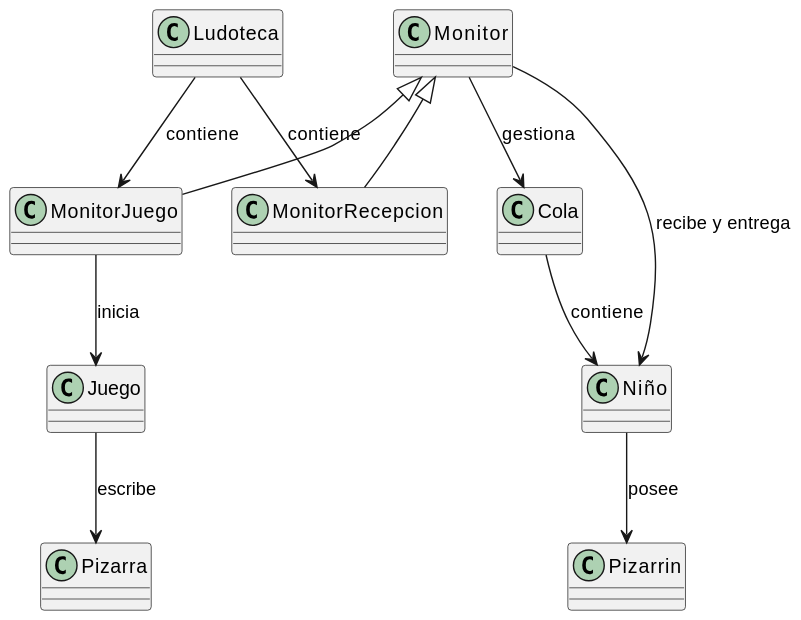
The PlantUML diagram images/modelosUML/MdD-dCBasico.svg in mmasias/pyTelefonoDescacharrado, before a commit.
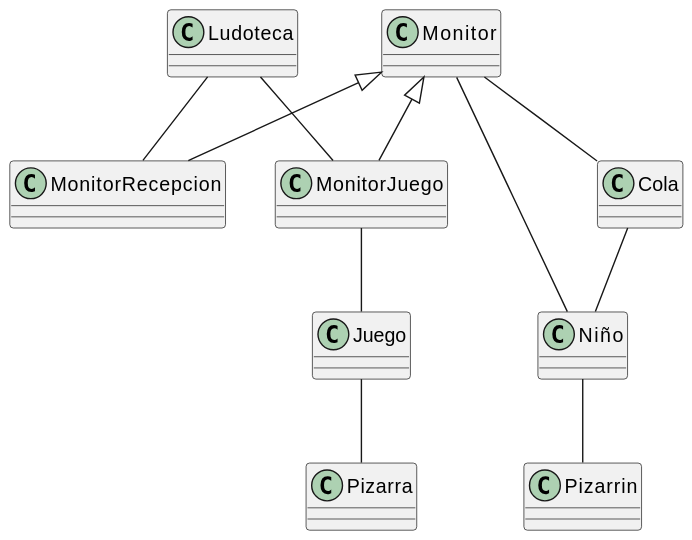
After the commit.

Commit message:
Actualiza relaciones en modelos UML

What changed in the source:
```diff
@@ -1,18 +1,18 @@
 @startuml
-Ludoteca --> MonitorRecepcion : contiene
-Ludoteca --> MonitorJuego : contiene
+Ludoteca -- MonitorRecepcion
+Ludoteca -- MonitorJuego
 
 Monitor <|-- MonitorRecepcion
 Monitor <|-- MonitorJuego
 
-Monitor --> Cola : gestiona
-Monitor --> Niño : recibe y entrega
+Monitor -- Cola
+Monitor -- Niño
 
-Niño --> Pizarrin : posee
+Niño -- Pizarrin
 
-Cola --> Niño : contiene
+Cola -- Niño
 
-MonitorJuego --> Juego : inicia
+MonitorJuego -- Juego
 
-Juego --> Pizarra : escribe
+Juego -- Pizarra
 @enduml
```
